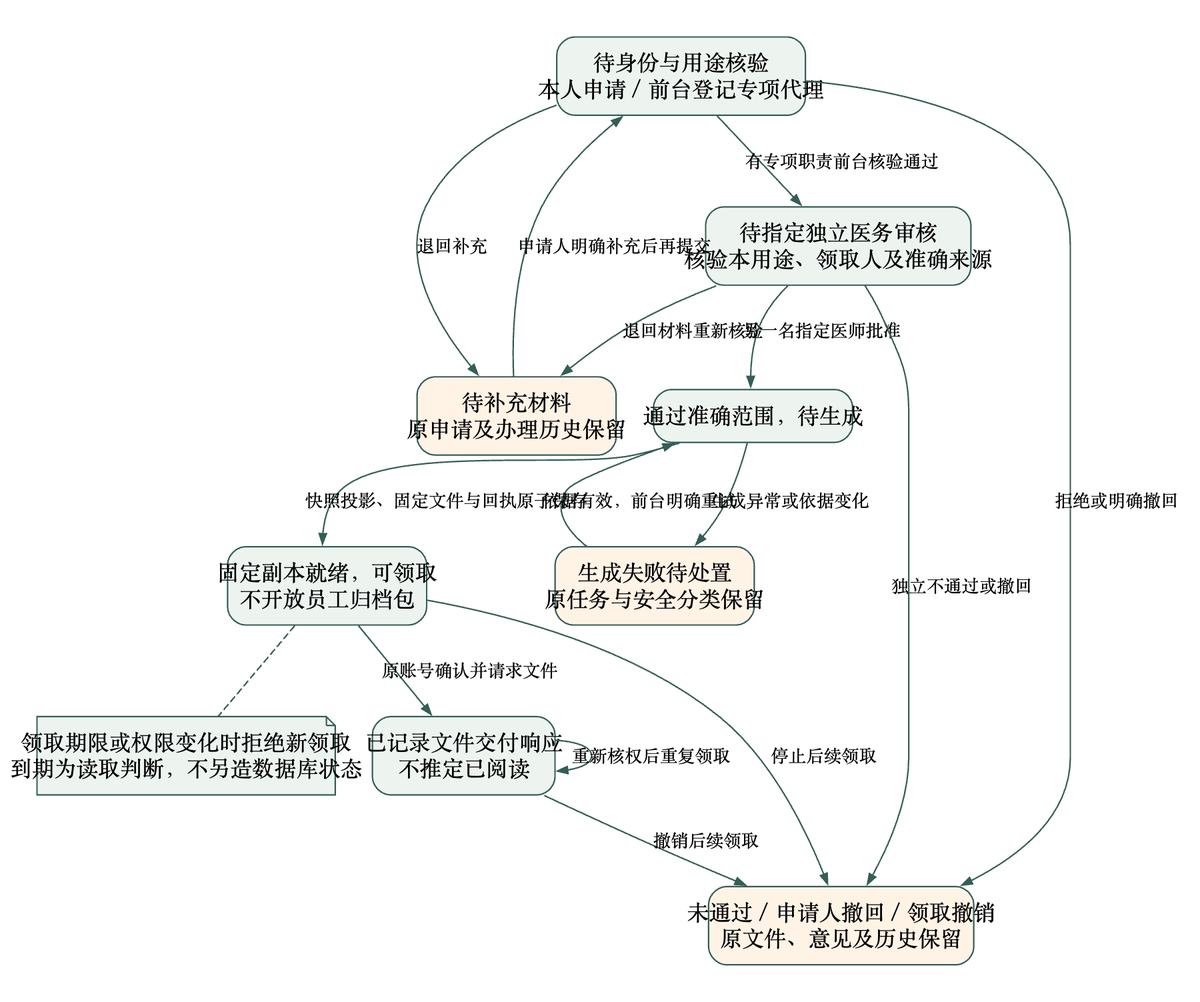
Earlier version of the Graphviz export docs/diagrams/record_copy_state.png (Zhang646967/adc-dental-clinic). Its source is kept beside it as docs/diagrams/record_copy_state.dot.
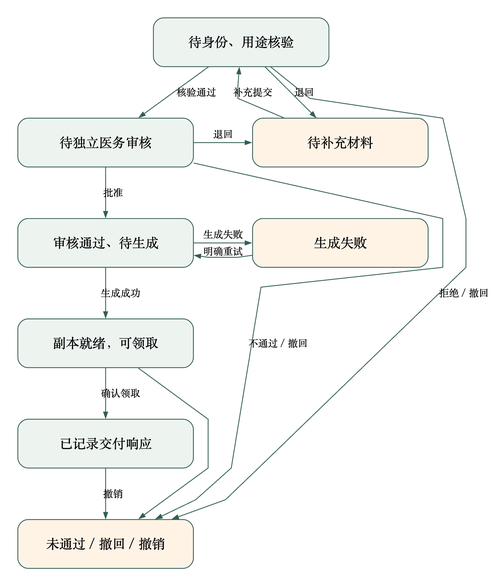
After the commit.

Diff of the diagram source:
```diff
@@ -1,29 +1,28 @@
-digraph State { graph [rankdir=TB,bgcolor="white",pad="0.35",nodesep="0.35",ranksep="0.65"];
-node [shape=box,style="rounded,filled",fillcolor="#edf4f0",color="#345e56",fontname="Noto Sans CJK SC",fontsize=15,margin="0.16,0.12"];
-edge [color="#345e56",fontname="Noto Sans CJK SC",fontsize=12,arrowsize=0.7];
-
-pending [label="待身份与用途核验\n本人申请／前台登记专项代理"];
-info [label="待补充材料\n原申请及办理历史保留",fillcolor="#fff3e6"];
-review [label="待指定独立医务审核\n核验本用途、领取人及准确来源"];
-approved [label="通过准确范围，待生成"];
-failed [label="生成失败待处置\n原任务与安全分类保留",fillcolor="#fff3e6"];
-ready [label="固定副本就绪，可领取\n不开放员工归档包"];
-delivered [label="已记录文件交付响应\n不推定已阅读"];
-terminal [label="未通过／申请人撤回／领取撤销\n原文件、意见及历史保留",fillcolor="#fff3e6"];
-expiry [shape=note,label="领取期限或权限变化时拒绝新领取\n到期为读取判断，不另造数据库状态"];
-pending -> info [label="退回补充"];
-info -> pending [label="申请人明确补充后再提交"];
-pending -> review [label="有专项职责前台核验通过"];
-review -> info [label="退回材料重新核验"];
-review -> approved [label="另一名指定医师批准"];
-approved -> ready [label="快照投影、固定文件与回执原子保存"];
-approved -> failed [label="生成异常或依据变化"];
-failed -> approved [label="依据有效，前台明确重试"];
-ready -> delivered [label="原账号确认并请求文件"];
-delivered -> delivered [label="重新核权后重复领取"];
-pending -> terminal [label="拒绝或明确撤回"];
-review -> terminal [label="独立不通过或撤回"];
-ready -> terminal [label="停止后续领取"];
-delivered -> terminal [label="撤销后续领取"];
-ready -> expiry [style=dashed,arrowhead=none];
+digraph State {
+ graph [rankdir=TB,bgcolor="white",pad="0.3",nodesep="0.5",ranksep="0.65",splines=polyline];
+ node [shape=box,fixedsize=true,width=2.95,height=0.82,style="rounded,filled",fillcolor="#edf4f0",color="#345e56",fontname="Noto Sans CJK SC",fontsize=16];
+ edge [color="#345e56",fontname="Noto Sans CJK SC",fontsize=12,arrowsize=0.7];
+ pending [label="待身份、用途核验"];
+ info [label="待补充材料",fillcolor="#fff3e6"];
+ review [label="待独立医务审核"];
+ approved [label="审核通过、待生成"];
+ failed [label="生成失败",fillcolor="#fff3e6"];
+ ready [label="副本就绪，可领取"];
+ delivered [label="已记录交付响应"];
+ terminal [label="未通过／撤回／撤销",fillcolor="#fff3e6"];
+ {rank=same;info;review;}
+ {rank=same;approved;failed;}
+ pending -> review [label="核验通过"];
+ pending -> info [label="退回"];
+ info -> pending [label="补充提交"];
+ review -> info [label="退回"];
+ review -> approved [label="批准"];
+ approved -> failed [label="生成失败"];
+ failed -> approved [label="明确重试"];
+ approved -> ready [label="生成成功"];
+ ready -> delivered [label="确认领取"];
+ delivered -> terminal [label="撤销"];
+ ready -> terminal [constraint=false];
+ pending -> terminal [label="拒绝／撤回",constraint=false];
+ review -> terminal [label="不通过／撤回",constraint=false];
 }
```
